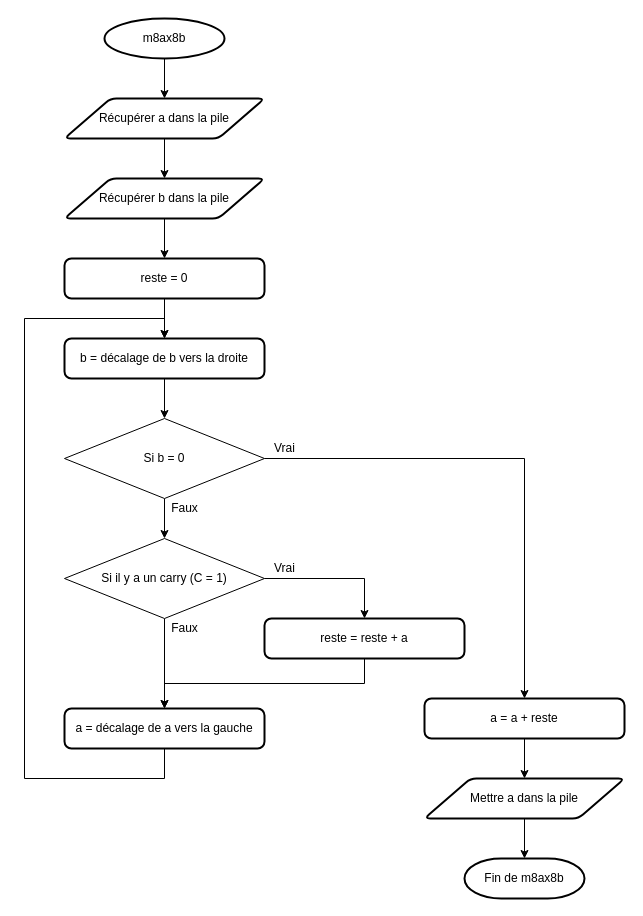
This is page "m8ax8b" (2 of 2) of TP3_Martin_Marguerat_Vincent_Schupbach/flowchart/TP3-flowchart.drawio from mamarguerat/assembly-course-HEIA-FR, a draw.io file, before an edit. Source tidied: cells renumbered, new cells numbered last; positions are measured from the earlier drawing's top-left corner, leaving out a move shared by most shapes. Both pictures are drawn from the tidied source at 100%, with x=0, y=0 at pixel (24, 18).
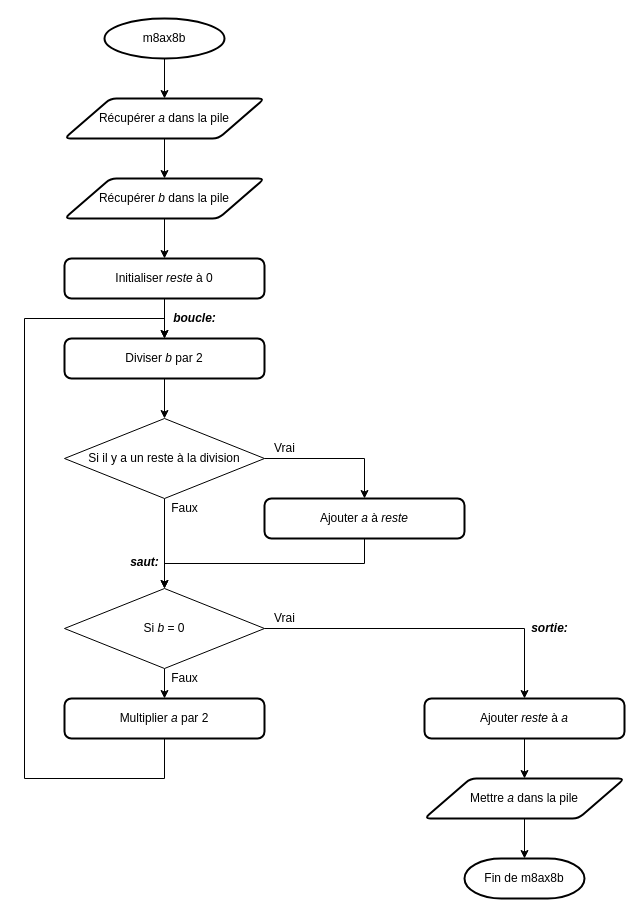
Above is the later version.

Change to the diagram source:
```diff
@@
-    <mxCell id="5" value="Récupérer a dans la pile" style="shape=parallelogram;html=1;strokeWidth=2;perimeter=parallelogramPerimeter;whiteSpace=wrap;rounded=1;arcSize=12;size=0.23;" parent="1" vertex="1">
+    <mxCell id="5" value="Récupérer &lt;i&gt;a &lt;/i&gt;dans la pile" style="shape=parallelogram;html=1;strokeWidth=2;perimeter=parallelogramPerimeter;whiteSpace=wrap;rounded=1;arcSize=12;size=0.23;" parent="1" vertex="1">
       <mxGeometry x="40" y="80" width="200" height="40" as="geometry" />
     </mxCell>
@@
-    <mxCell id="7" value="Récupérer b dans la pile" style="shape=parallelogram;html=1;strokeWidth=2;perimeter=parallelogramPerimeter;whiteSpace=wrap;rounded=1;arcSize=12;size=0.23;" parent="1" vertex="1">
+    <mxCell id="7" value="Récupérer &lt;i&gt;b &lt;/i&gt;dans la pile" style="shape=parallelogram;html=1;strokeWidth=2;perimeter=parallelogramPerimeter;whiteSpace=wrap;rounded=1;arcSize=12;size=0.23;" parent="1" vertex="1">
       <mxGeometry x="40" y="160" width="200" height="40" as="geometry" />
     </mxCell>
-    <mxCell id="8" style="edgeStyle=orthogonalEdgeStyle;rounded=0;jettySize=auto;html=1;exitX=0.5;exitY=1;exitDx=0;exitDy=0;entryX=0.5;entryY=0;entryDx=0;entryDy=0;" parent="1" edge="1" source="9" target="12">
-      <mxGeometry relative="1" as="geometry" />
-    </mxCell>
+    <mxCell id="31" style="edgeStyle=orthogonalEdgeStyle;rounded=0;jettySize=auto;html=1;exitX=0.5;exitY=1;exitDx=0;exitDy=0;entryX=0.5;entryY=0;entryDx=0;entryDy=0;" parent="1" edge="1" source="9" target="35">
+      <mxGeometry relative="1" as="geometry" />
+    </mxCell>
-    <mxCell id="9" value="b = décalage de b vers la droite" style="rounded=1;whiteSpace=wrap;html=1;absoluteArcSize=1;arcSize=14;strokeWidth=2;" parent="1" vertex="1">
+    <mxCell id="9" value="Diviser &lt;i&gt;b &lt;/i&gt;par 2" style="rounded=1;whiteSpace=wrap;html=1;absoluteArcSize=1;arcSize=14;strokeWidth=2;" parent="1" vertex="1">
       <mxGeometry x="40" y="320" width="200" height="40" as="geometry" />
     </mxCell>
@@
-    <mxCell id="11" style="edgeStyle=orthogonalEdgeStyle;rounded=0;jettySize=auto;html=1;exitX=0.5;exitY=1;exitDx=0;exitDy=0;entryX=0.5;entryY=0;entryDx=0;entryDy=0;" parent="1" edge="1" source="12" target="15">
-      <mxGeometry relative="1" as="geometry" />
-    </mxCell>
+    <mxCell id="32" style="edgeStyle=orthogonalEdgeStyle;rounded=0;jettySize=auto;html=1;exitX=0.5;exitY=1;exitDx=0;exitDy=0;entryX=0.5;entryY=0;entryDx=0;entryDy=0;" parent="1" edge="1" source="12" target="17">
+      <mxGeometry relative="1" as="geometry" />
+    </mxCell>
-    <mxCell id="12" value="Si b = 0" style="rhombus;whiteSpace=wrap;html=1;" parent="1" vertex="1">
-      <mxGeometry x="40" y="400" width="200" height="80" as="geometry" />
+    <mxCell id="12" value="Si &lt;i&gt;b &lt;/i&gt;= 0" style="rhombus;whiteSpace=wrap;html=1;" parent="1" vertex="1">
+      <mxGeometry x="40" y="570" width="200" height="80" as="geometry" />
     </mxCell>
-    <mxCell id="13" style="edgeStyle=orthogonalEdgeStyle;rounded=0;jettySize=auto;html=1;exitX=1;exitY=0.5;exitDx=0;exitDy=0;entryX=0.5;entryY=0;entryDx=0;entryDy=0;" parent="1" edge="1" source="15" target="27">
-      <mxGeometry relative="1" as="geometry" />
-    </mxCell>
-    <mxCell id="14" style="edgeStyle=orthogonalEdgeStyle;rounded=0;jettySize=auto;html=1;exitX=0.5;exitY=1;exitDx=0;exitDy=0;entryX=0.5;entryY=0;entryDx=0;entryDy=0;" parent="1" edge="1" source="15" target="17">
-      <mxGeometry relative="1" as="geometry" />
-    </mxCell>
-    <mxCell id="15" value="Si il y a un carry (C = 1)" style="rhombus;whiteSpace=wrap;html=1;" parent="1" vertex="1">
-      <mxGeometry x="40" y="520" width="200" height="80" as="geometry" />
-    </mxCell>
@@
-    <mxCell id="17" value="a = décalage de a vers la gauche" style="rounded=1;whiteSpace=wrap;html=1;absoluteArcSize=1;arcSize=14;strokeWidth=2;" parent="1" vertex="1">
-      <mxGeometry x="40" y="690" width="200" height="40" as="geometry" />
+    <mxCell id="17" value="Multiplier &lt;i&gt;a&lt;/i&gt; par 2" style="rounded=1;whiteSpace=wrap;html=1;absoluteArcSize=1;arcSize=14;strokeWidth=2;" parent="1" vertex="1">
+      <mxGeometry x="40" y="680" width="200" height="40" as="geometry" />
     </mxCell>
@@
-    <mxCell id="19" value="reste = 0" style="rounded=1;whiteSpace=wrap;html=1;absoluteArcSize=1;arcSize=14;strokeWidth=2;" parent="1" vertex="1">
+    <mxCell id="19" value="Initialiser &lt;i&gt;reste &lt;/i&gt;à 0" style="rounded=1;whiteSpace=wrap;html=1;absoluteArcSize=1;arcSize=14;strokeWidth=2;" parent="1" vertex="1">
       <mxGeometry x="40" y="240" width="200" height="40" as="geometry" />
     </mxCell>
@@
-    <mxCell id="21" value="a = a + reste" style="rounded=1;whiteSpace=wrap;html=1;absoluteArcSize=1;arcSize=14;strokeWidth=2;" parent="1" vertex="1">
+    <mxCell id="21" value="Ajouter &lt;i&gt;reste &lt;/i&gt;à &lt;i&gt;a&lt;/i&gt;" style="rounded=1;whiteSpace=wrap;html=1;absoluteArcSize=1;arcSize=14;strokeWidth=2;" parent="1" vertex="1">
       <mxGeometry x="400" y="680" width="200" height="40" as="geometry" />
     </mxCell>
     <mxCell id="22" value="Vrai" style="text;html=1;align=center;verticalAlign=middle;" parent="1" vertex="1">
-      <mxGeometry x="240" y="420" width="40" height="20" as="geometry" />
+      <mxGeometry x="240" y="590" width="40" height="20" as="geometry" />
     </mxCell>
     <mxCell id="23" value="Faux" style="text;html=1;align=center;verticalAlign=middle;" parent="1" vertex="1">
-      <mxGeometry x="140" y="480" width="40" height="20" as="geometry" />
+      <mxGeometry x="140" y="650" width="40" height="20" as="geometry" />
     </mxCell>
-    <mxCell id="24" value="Vrai" style="text;html=1;align=center;verticalAlign=middle;" parent="1" vertex="1">
-      <mxGeometry x="240" y="540" width="40" height="20" as="geometry" />
-    </mxCell>
-    <mxCell id="25" value="Faux" style="text;html=1;align=center;verticalAlign=middle;" parent="1" vertex="1">
-      <mxGeometry x="140" y="600" width="40" height="20" as="geometry" />
-    </mxCell>
-    <mxCell id="26" style="edgeStyle=orthogonalEdgeStyle;rounded=0;jettySize=auto;html=1;exitX=0.5;exitY=1;exitDx=0;exitDy=0;entryX=0.5;entryY=0;entryDx=0;entryDy=0;" parent="1" edge="1" source="27" target="17">
-      <mxGeometry relative="1" as="geometry" />
-    </mxCell>
-    <mxCell id="27" value="reste = reste + a" style="rounded=1;whiteSpace=wrap;html=1;absoluteArcSize=1;arcSize=14;strokeWidth=2;" parent="1" vertex="1">
-      <mxGeometry x="240" y="600" width="200" height="40" as="geometry" />
-    </mxCell>
@@
-    <mxCell id="30" value="Mettre a dans la pile" style="shape=parallelogram;html=1;strokeWidth=2;perimeter=parallelogramPerimeter;whiteSpace=wrap;rounded=1;arcSize=12;size=0.23;" parent="1" vertex="1">
+    <mxCell id="30" value="Mettre &lt;i&gt;a &lt;/i&gt;dans la pile" style="shape=parallelogram;html=1;strokeWidth=2;perimeter=parallelogramPerimeter;whiteSpace=wrap;rounded=1;arcSize=12;size=0.23;" parent="1" vertex="1">
       <mxGeometry x="400" y="760" width="200" height="40" as="geometry" />
     </mxCell>
+    <mxCell id="33" style="edgeStyle=orthogonalEdgeStyle;rounded=0;jettySize=auto;html=1;exitX=1;exitY=0.5;exitDx=0;exitDy=0;entryX=0.5;entryY=0;entryDx=0;entryDy=0;" parent="1" edge="1" source="35" target="37">
+      <mxGeometry relative="1" as="geometry" />
+    </mxCell>
+    <mxCell id="34" style="edgeStyle=orthogonalEdgeStyle;rounded=0;jettySize=auto;html=1;exitX=0.5;exitY=1;exitDx=0;exitDy=0;entryX=0.5;entryY=0;entryDx=0;entryDy=0;" parent="1" edge="1" source="35" target="12">
+      <mxGeometry relative="1" as="geometry" />
+    </mxCell>
+    <mxCell id="35" value="Si il y a un reste à la division" style="rhombus;whiteSpace=wrap;html=1;" parent="1" vertex="1">
+      <mxGeometry x="40" y="400" width="200" height="80" as="geometry" />
+    </mxCell>
+    <mxCell id="24" value="Vrai" style="text;html=1;align=center;verticalAlign=middle;" parent="1" vertex="1">
+      <mxGeometry x="240" y="420" width="40" height="20" as="geometry" />
+    </mxCell>
+    <mxCell id="25" value="Faux" style="text;html=1;align=center;verticalAlign=middle;" parent="1" vertex="1">
+      <mxGeometry x="140" y="480" width="40" height="20" as="geometry" />
+    </mxCell>
+    <mxCell id="36" style="edgeStyle=orthogonalEdgeStyle;rounded=0;jettySize=auto;html=1;exitX=0.5;exitY=1;exitDx=0;exitDy=0;entryX=0.5;entryY=0;entryDx=0;entryDy=0;" parent="1" edge="1" source="37" target="12">
+      <mxGeometry relative="1" as="geometry" />
+    </mxCell>
+    <mxCell id="37" value="Ajouter &lt;i&gt;a&lt;/i&gt; à &lt;i&gt;reste&lt;/i&gt;" style="rounded=1;whiteSpace=wrap;html=1;absoluteArcSize=1;arcSize=14;strokeWidth=2;" parent="1" vertex="1">
+      <mxGeometry x="240" y="480" width="200" height="40" as="geometry" />
+    </mxCell>
+    <mxCell id="38" value="boucle:" style="text;html=1;align=center;verticalAlign=middle;fontStyle=3;" parent="1" vertex="1">
+      <mxGeometry x="140" y="290" width="60" height="20" as="geometry" />
+    </mxCell>
+    <mxCell id="39" value="saut:" style="text;html=1;align=center;verticalAlign=middle;fontStyle=3;" parent="1" vertex="1">
+      <mxGeometry x="100" y="534" width="40" height="20" as="geometry" />
+    </mxCell>
+    <mxCell id="40" value="sortie:" style="text;html=1;align=center;verticalAlign=middle;fontStyle=3;" parent="1" vertex="1">
+      <mxGeometry x="500" y="600" width="50" height="20" as="geometry" />
+    </mxCell>
```
